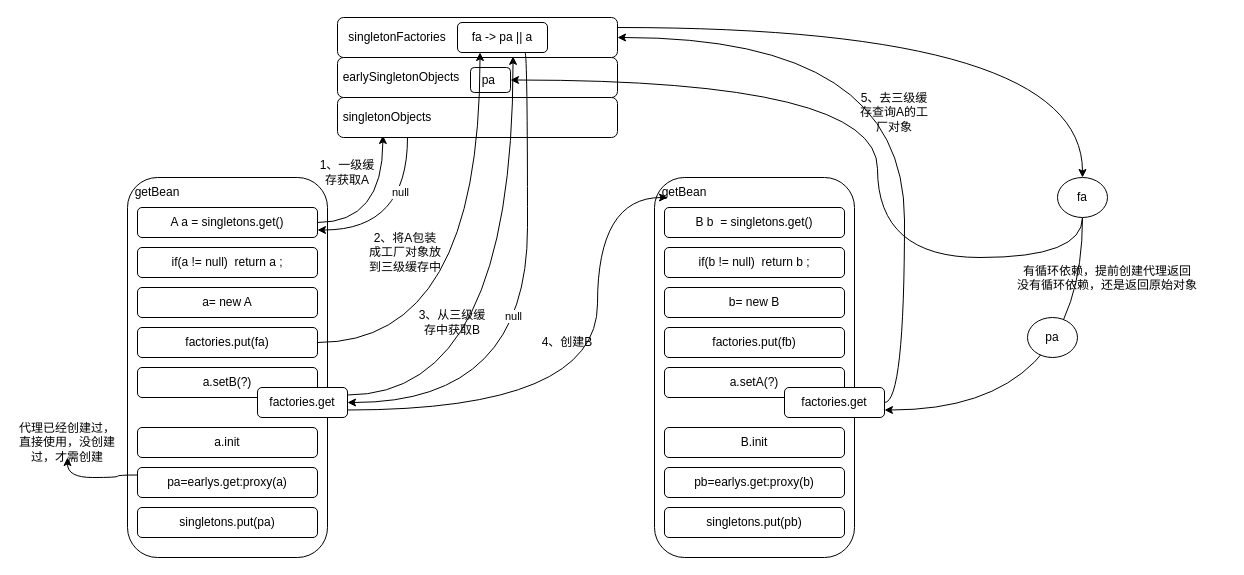
Above: 高级/循环依赖.drawio in Chaimek/LearnPictures (draw.io), before the change. Source tidied: cells renumbered, new cells numbered last; positions are measured from the earlier drawing's top-left corner, leaving out a move shared by most shapes. Both pictures are drawn from the tidied source at 100%, with x=0, y=0 at pixel (17, 17).
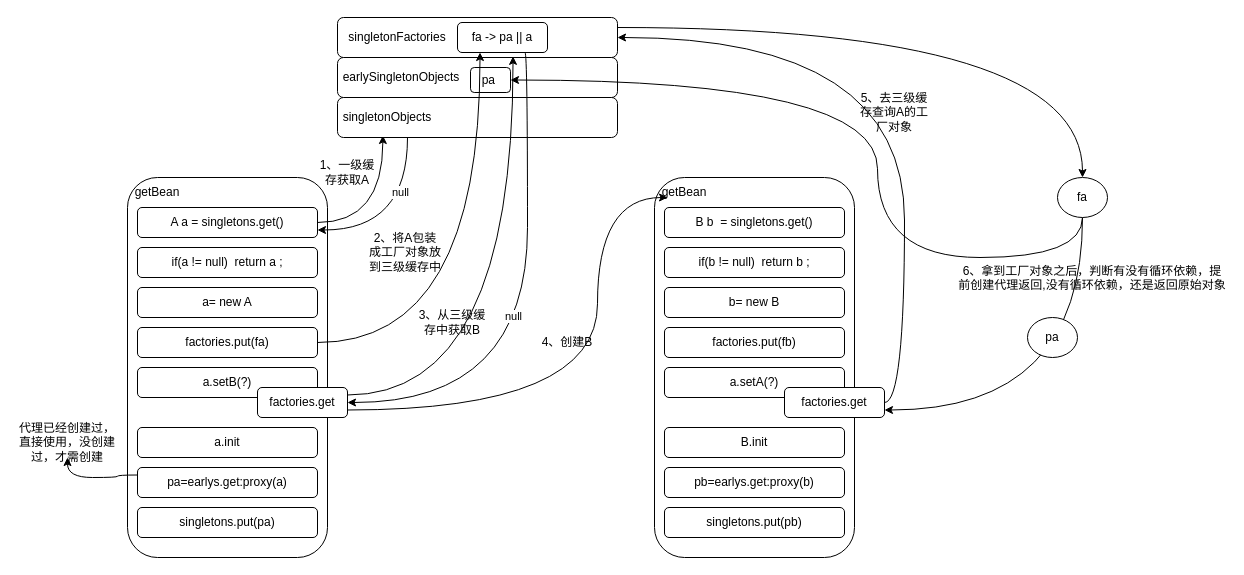
The same diagram, later.

Commit message (it also covers changes not shown here):
更新循环依赖.drawio

Change to the diagram source:
```diff
@@
-    <mxCell id="53" value="&lt;div&gt;有循环依赖，提前创建代理返回&lt;/div&gt;&lt;div&gt;没有循环依赖，还是返回原始对象&lt;/div&gt;&lt;div&gt;&lt;br&gt;&lt;/div&gt;&lt;div&gt;&amp;nbsp;&lt;/div&gt;" style="text;html=1;strokeColor=none;fillColor=none;align=center;verticalAlign=middle;whiteSpace=wrap;rounded=0;" parent="1" vertex="1">
-      <mxGeometry x="970" y="260" width="240" height="30" as="geometry" />
+    <mxCell id="53" value="&lt;div&gt;6、拿到工厂对象之后，判断有没有循环依赖，提前创建代理返回,&lt;span style=&quot;background-color: initial;&quot;&gt;没有循环依赖，还是返回原始对象&lt;/span&gt;&lt;/div&gt;&lt;div&gt;&lt;br&gt;&lt;/div&gt;&lt;div&gt;&amp;nbsp;&lt;/div&gt;" style="text;html=1;strokeColor=none;fillColor=none;align=center;verticalAlign=middle;whiteSpace=wrap;rounded=0;" parent="1" vertex="1">
+      <mxGeometry x="940" y="260" width="270" height="30" as="geometry" />
     </mxCell>
```
